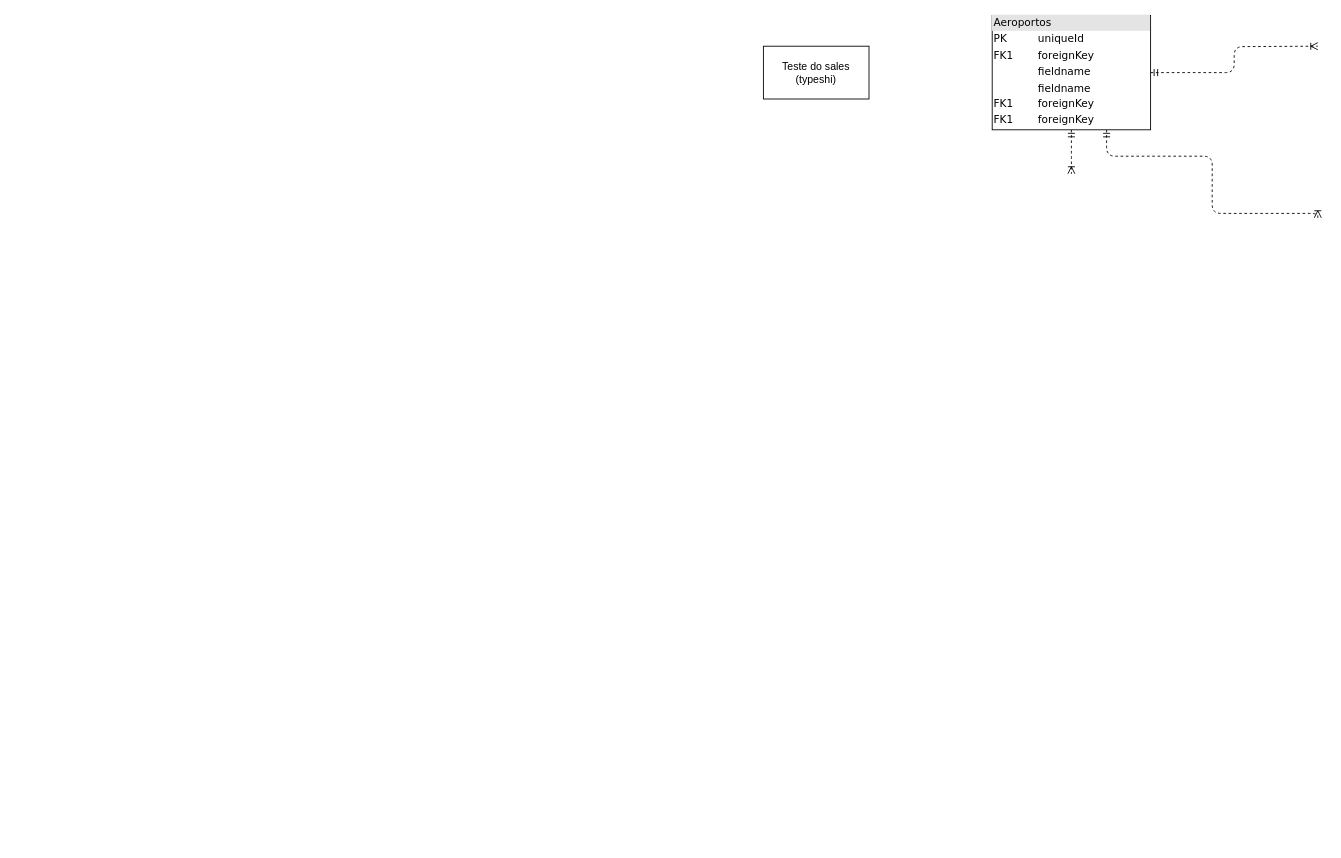
Above: Projeto_BD.drawio in Samuel-k276/BD-2025 (draw.io), before the change. Source tidied: cells renumbered, new cells numbered last; positions are measured from the earlier drawing's top-left corner, leaving out a move shared by most shapes. Both pictures are drawn from the tidied source at 88%, with x=0, y=0 at pixel (763, 15).
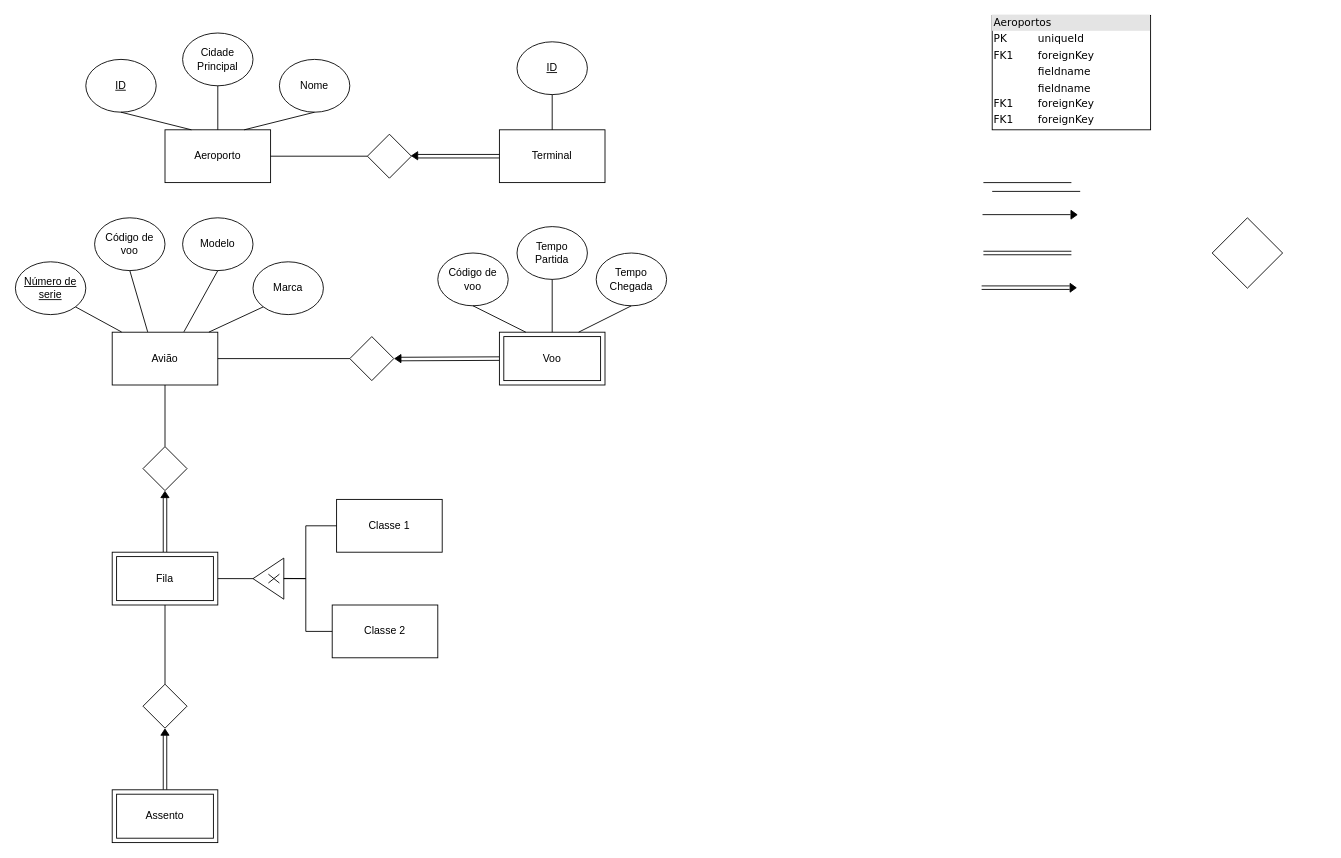
The same diagram, later.

Commit message:
falta vendas/bilhetes/balcão/online

Unchanged cells that the change refers to:
```xml
<mxCell id="5" value="&lt;div style=&quot;box-sizing: border-box; width: 100%; background: rgb(228, 228, 228); padding: 2px;&quot;&gt;Aeroportos&lt;/div&gt;&lt;table style=&quot;width: 100% ; font-size: 1em&quot; cellpadding=&quot;2&quot; cellspacing=&quot;0&quot;&gt;&lt;tbody&gt;&lt;tr&gt;&lt;td&gt;PK&lt;/td&gt;&lt;td&gt;uniqueId&lt;/td&gt;&lt;/tr&gt;&lt;tr&gt;&lt;td&gt;FK1&lt;/td&gt;&lt;td&gt;foreignKey&lt;/td&gt;&lt;/tr&gt;&lt;tr&gt;&lt;td&gt;&lt;/td&gt;&lt;td&gt;fieldname&lt;/td&gt;&lt;/tr&gt;&lt;tr&gt;&lt;td&gt;&lt;br&gt;&lt;/td&gt;&lt;td&gt;fieldname&lt;br&gt;&lt;/td&gt;&lt;/tr&gt;&lt;tr&gt;&lt;td&gt;FK1&lt;br&gt;&lt;/td&gt;&lt;td&gt;foreignKey&lt;br&gt;&lt;/td&gt;&lt;/tr&gt;&lt;tr&gt;&lt;td&gt;FK1&lt;br&gt;&lt;/td&gt;&lt;td&gt;foreignKey&lt;br&gt;&lt;/td&gt;&lt;/tr&gt;&lt;/tbody&gt;&lt;/table&gt;" style="verticalAlign=top;align=left;overflow=fill;html=1;rounded=0;shadow=0;comic=0;labelBackgroundColor=none;strokeWidth=1;fontFamily=Verdana;fontSize=12;" parent="1" vertex="1">
  <mxGeometry x="260" width="180" height="130" as="geometry" />
</mxCell>
```

Diff of the diagram source:
```diff
@@
-    <mxCell id="2" style="edgeStyle=orthogonalEdgeStyle;html=1;entryX=0.5;entryY=0;dashed=1;labelBackgroundColor=none;startArrow=ERmandOne;endArrow=ERoneToMany;fontFamily=Verdana;fontSize=12;align=left;" parent="1" edge="1" source="5">
-      <mxGeometry relative="1" as="geometry">
-        <mxPoint x="350" y="180" as="targetPoint" />
-      </mxGeometry>
-    </mxCell>
-    <mxCell id="3" style="edgeStyle=orthogonalEdgeStyle;html=1;dashed=1;labelBackgroundColor=none;startArrow=ERmandOne;endArrow=ERoneToMany;fontFamily=Verdana;fontSize=12;align=left;entryX=0;entryY=0.5;" parent="1" edge="1" source="5">
-      <mxGeometry relative="1" as="geometry">
-        <mxPoint x="630" y="230" as="targetPoint" />
-        <Array as="points">
-          <mxPoint x="390" y="160" />
-          <mxPoint x="510" y="160" />
-          <mxPoint x="510" y="225" />
-        </Array>
-      </mxGeometry>
-    </mxCell>
-    <mxCell id="4" style="edgeStyle=orthogonalEdgeStyle;html=1;dashed=1;labelBackgroundColor=none;startArrow=ERmandOne;endArrow=ERoneToMany;fontFamily=Verdana;fontSize=12;align=left;" parent="1" edge="1" source="5">
-      <mxGeometry relative="1" as="geometry">
-        <mxPoint x="630" y="35" as="targetPoint" />
-      </mxGeometry>
-    </mxCell>
@@
-    <mxCell id="6" value="Teste do sales&lt;div&gt;(typeshi)&lt;/div&gt;" style="rounded=0;whiteSpace=wrap;html=1;" parent="1" vertex="1">
-      <mxGeometry y="35" width="120" height="60" as="geometry" />
-    </mxCell>
+    <mxCell id="7" style="endArrow=none;html=1;rounded=0;" parent="1" edge="1">
+      <mxGeometry relative="1" as="geometry">
+        <mxPoint x="250" y="190" as="sourcePoint" />
+        <mxPoint x="350" y="190" as="targetPoint" />
+      </mxGeometry>
+    </mxCell>
+    <mxCell id="8" style="endArrow=classic;html=1;rounded=0;shape=link;" parent="1" edge="1">
+      <mxGeometry relative="1" as="geometry">
+        <mxPoint x="250" y="270" as="sourcePoint" />
+        <mxPoint x="350" y="270" as="targetPoint" />
+      </mxGeometry>
+    </mxCell>
+    <mxCell id="9" style="group;" parent="1" vertex="1">
+      <mxGeometry x="249" y="221.5" width="107.5" height="10" as="geometry" />
+    </mxCell>
+    <mxCell id="10" style="endArrow=none;html=1;rounded=0;" parent="9" edge="1">
+      <mxGeometry relative="1" as="geometry">
+        <mxPoint y="4.9" as="sourcePoint" />
+        <mxPoint x="100" y="4.9" as="targetPoint" />
+      </mxGeometry>
+    </mxCell>
+    <mxCell id="11" style="verticalLabelPosition=bottom;verticalAlign=top;html=1;shape=mxgraph.basic.acute_triangle;dx=0.5;rotation=90;fillColor=#000000;" parent="9" vertex="1">
+      <mxGeometry x="99" y="1.5" width="10" height="7" as="geometry" />
+    </mxCell>
+    <mxCell id="12" style="group;" parent="1" vertex="1">
+      <mxGeometry x="248" y="304.5" width="107.5" height="10" as="geometry" />
+    </mxCell>
+    <mxCell id="13" style="endArrow=classic;html=1;rounded=0;shape=link;" parent="12" edge="1">
+      <mxGeometry relative="1" as="geometry">
+        <mxPoint y="4.9" as="sourcePoint" />
+        <mxPoint x="100" y="4.9" as="targetPoint" />
+      </mxGeometry>
+    </mxCell>
+    <mxCell id="14" style="verticalLabelPosition=bottom;verticalAlign=top;html=1;shape=mxgraph.basic.acute_triangle;dx=0.5;rotation=90;fillColor=#000000;" parent="12" vertex="1">
+      <mxGeometry x="99" y="1.5" width="10" height="7" as="geometry" />
+    </mxCell>
+    <mxCell id="15" style="rhombus;whiteSpace=wrap;html=1;strokeColor=default;align=center;verticalAlign=top;fontFamily=Helvetica;fontSize=12;fontColor=default;fillColor=#FFFFFF;" parent="1" vertex="1">
+      <mxGeometry x="510" y="230" width="80" height="80" as="geometry" />
+    </mxCell>
+    <mxCell id="16" style="endArrow=none;html=1;rounded=0;" parent="1" edge="1">
+      <mxGeometry relative="1" as="geometry">
+        <mxPoint x="260" y="200" as="sourcePoint" />
+        <mxPoint x="360" y="200" as="targetPoint" />
+      </mxGeometry>
+    </mxCell>
+    <mxCell id="17" value="Aeroporto" style="rounded=0;whiteSpace=wrap;html=1;" parent="1" vertex="1">
+      <mxGeometry x="-680" y="130" width="120" height="60" as="geometry" />
+    </mxCell>
+    <mxCell id="18" value="&lt;u&gt;ID&lt;/u&gt;" style="ellipse;whiteSpace=wrap;html=1;" parent="1" vertex="1">
+      <mxGeometry x="-770" y="50" width="80" height="60" as="geometry" />
+    </mxCell>
+    <mxCell id="19" value="Cidade&lt;div&gt;Principal&lt;/div&gt;" style="ellipse;whiteSpace=wrap;html=1;" parent="1" vertex="1">
+      <mxGeometry x="-660" y="20" width="80" height="60" as="geometry" />
+    </mxCell>
+    <mxCell id="20" value="Nome" style="ellipse;whiteSpace=wrap;html=1;" parent="1" vertex="1">
+      <mxGeometry x="-550" y="50" width="80" height="60" as="geometry" />
+    </mxCell>
+    <mxCell id="21" style="endArrow=none;html=1;rounded=0;entryX=0.25;entryY=0;entryDx=0;entryDy=0;exitX=0.5;exitY=1;exitDx=0;exitDy=0;" parent="1" edge="1" source="18" target="17">
+      <mxGeometry relative="1" as="geometry" />
+    </mxCell>
+    <mxCell id="22" style="endArrow=none;html=1;rounded=0;entryX=0.5;entryY=0;entryDx=0;entryDy=0;exitX=0.5;exitY=1;exitDx=0;exitDy=0;" parent="1" edge="1" source="19" target="17">
+      <mxGeometry relative="1" as="geometry" />
+    </mxCell>
+    <mxCell id="23" style="endArrow=none;html=1;rounded=0;entryX=0.5;entryY=1;entryDx=0;entryDy=0;exitX=0.75;exitY=0;exitDx=0;exitDy=0;" parent="1" edge="1" source="17" target="20">
+      <mxGeometry relative="1" as="geometry" />
+    </mxCell>
+    <mxCell id="24" style="rhombus;whiteSpace=wrap;html=1;strokeColor=default;align=center;verticalAlign=top;fontFamily=Helvetica;fontSize=12;fontColor=default;fillColor=#FFFFFF;" parent="1" vertex="1">
+      <mxGeometry x="-450" y="135" width="50" height="50" as="geometry" />
+    </mxCell>
+    <mxCell id="25" style="endArrow=none;html=1;rounded=0;exitX=1;exitY=0.5;exitDx=0;exitDy=0;entryX=0;entryY=0.5;entryDx=0;entryDy=0;" parent="1" edge="1" source="17" target="24">
+      <mxGeometry relative="1" as="geometry" />
+    </mxCell>
+    <mxCell id="26" value="Terminal" style="rounded=0;whiteSpace=wrap;html=1;" parent="1" vertex="1">
+      <mxGeometry x="-300" y="130" width="120" height="60" as="geometry" />
+    </mxCell>
+    <mxCell id="27" style="group;strokeColor=none;rotation=-180;dashed=1;" parent="1" vertex="1">
+      <mxGeometry x="-400" y="155" width="100" height="10" as="geometry" />
+    </mxCell>
+    <mxCell id="28" style="endArrow=classic;html=1;rounded=0;shape=link;exitX=0;exitY=0.5;exitDx=0;exitDy=0;" parent="27" edge="1" source="26">
+      <mxGeometry relative="1" as="geometry">
+        <mxPoint x="7" y="5" as="targetPoint" />
+      </mxGeometry>
+    </mxCell>
+    <mxCell id="29" style="verticalLabelPosition=bottom;verticalAlign=top;html=1;shape=mxgraph.basic.acute_triangle;dx=0.5;rotation=-90;fillColor=#000000;" parent="27" vertex="1">
+      <mxGeometry x="-1" y="1" width="9.3" height="7" as="geometry" />
+    </mxCell>
+    <mxCell id="30" value="&lt;u&gt;ID&lt;/u&gt;" style="ellipse;whiteSpace=wrap;html=1;" parent="1" vertex="1">
+      <mxGeometry x="-280" y="30" width="80" height="60" as="geometry" />
+    </mxCell>
+    <mxCell id="31" style="endArrow=none;html=1;rounded=0;entryX=0.5;entryY=0;entryDx=0;entryDy=0;exitX=0.5;exitY=1;exitDx=0;exitDy=0;" parent="1" edge="1" source="30" target="26">
+      <mxGeometry relative="1" as="geometry" />
+    </mxCell>
+    <mxCell id="32" value="Avião" style="rounded=0;whiteSpace=wrap;html=1;" parent="1" vertex="1">
+      <mxGeometry x="-740" y="360" width="120" height="60" as="geometry" />
+    </mxCell>
+    <mxCell id="33" value="Código de&lt;div&gt;voo&lt;/div&gt;" style="ellipse;whiteSpace=wrap;html=1;" parent="1" vertex="1">
+      <mxGeometry x="-760" y="230" width="80" height="60" as="geometry" />
+    </mxCell>
+    <mxCell id="34" value="Modelo" style="ellipse;whiteSpace=wrap;html=1;" parent="1" vertex="1">
+      <mxGeometry x="-660" y="230" width="80" height="60" as="geometry" />
+    </mxCell>
+    <mxCell id="35" value="Marca" style="ellipse;whiteSpace=wrap;html=1;" parent="1" vertex="1">
+      <mxGeometry x="-580" y="280" width="80" height="60" as="geometry" />
+    </mxCell>
+    <mxCell id="36" value="&lt;u&gt;Número de serie&lt;/u&gt;" style="ellipse;whiteSpace=wrap;html=1;" parent="1" vertex="1">
+      <mxGeometry x="-850" y="280" width="80" height="60" as="geometry" />
+    </mxCell>
+    <mxCell id="37" style="endArrow=none;html=1;rounded=0;entryX=0.336;entryY=-0.006;entryDx=0;entryDy=0;exitX=0.5;exitY=1;exitDx=0;exitDy=0;entryPerimeter=0;" parent="1" edge="1" source="33" target="32">
+      <mxGeometry relative="1" as="geometry" />
+    </mxCell>
+    <mxCell id="38" style="endArrow=none;html=1;rounded=0;entryX=0.679;entryY=-0.006;entryDx=0;entryDy=0;exitX=0.5;exitY=1;exitDx=0;exitDy=0;entryPerimeter=0;" parent="1" edge="1" source="34" target="32">
+      <mxGeometry relative="1" as="geometry" />
+    </mxCell>
+    <mxCell id="39" style="endArrow=none;html=1;rounded=0;entryX=0.916;entryY=-0.002;entryDx=0;entryDy=0;exitX=0;exitY=1;exitDx=0;exitDy=0;entryPerimeter=0;" parent="1" edge="1" source="35" target="32">
+      <mxGeometry relative="1" as="geometry" />
+    </mxCell>
+    <mxCell id="40" style="endArrow=none;html=1;rounded=0;entryX=0.089;entryY=-0.004;entryDx=0;entryDy=0;exitX=1;exitY=1;exitDx=0;exitDy=0;entryPerimeter=0;" parent="1" edge="1" source="36" target="32">
+      <mxGeometry relative="1" as="geometry" />
+    </mxCell>
+    <mxCell id="41" style="endArrow=none;html=1;rounded=0;exitX=0.5;exitY=1;exitDx=0;exitDy=0;entryX=0.5;entryY=0;entryDx=0;entryDy=0;" parent="1" edge="1" source="32" target="42">
+      <mxGeometry relative="1" as="geometry" />
+    </mxCell>
+    <mxCell id="42" style="rhombus;whiteSpace=wrap;html=1;strokeColor=default;align=center;verticalAlign=top;fontFamily=Helvetica;fontSize=12;fontColor=default;fillColor=#FFFFFF;" parent="1" vertex="1">
+      <mxGeometry x="-705" y="490" width="50" height="50" as="geometry" />
+    </mxCell>
+    <mxCell id="43" style="group;strokeColor=none;rotation=-90;dashed=1;" parent="1" vertex="1">
+      <mxGeometry x="-730" y="586" width="100" height="10" as="geometry" />
+    </mxCell>
+    <mxCell id="44" style="endArrow=classic;html=1;rounded=0;shape=link;exitX=0.5;exitY=0;exitDx=0;exitDy=0;" parent="43" edge="1" source="47">
+      <mxGeometry relative="1" as="geometry">
+        <mxPoint x="50" y="-38" as="targetPoint" />
+      </mxGeometry>
+    </mxCell>
+    <mxCell id="45" style="verticalLabelPosition=bottom;verticalAlign=top;html=1;shape=mxgraph.basic.acute_triangle;dx=0.5;rotation=0;fillColor=#000000;" parent="43" vertex="1">
+      <mxGeometry x="45.3" y="-45" width="9.3" height="7" as="geometry" />
+    </mxCell>
+    <mxCell id="46" style="group;" parent="1" vertex="1">
+      <mxGeometry x="-740" y="610" width="120" height="60" as="geometry" />
+    </mxCell>
+    <mxCell id="47" style="rounded=0;whiteSpace=wrap;html=1;" parent="46" vertex="1">
+      <mxGeometry width="120" height="60" as="geometry" />
+    </mxCell>
+    <mxCell id="48" value="Fila" style="rounded=0;whiteSpace=wrap;html=1;" parent="46" vertex="1">
+      <mxGeometry x="5" y="5" width="110" height="50" as="geometry" />
+    </mxCell>
+    <mxCell id="49" style="rhombus;whiteSpace=wrap;html=1;strokeColor=default;align=center;verticalAlign=top;fontFamily=Helvetica;fontSize=12;fontColor=default;fillColor=#FFFFFF;" parent="1" vertex="1">
+      <mxGeometry x="-705" y="760" width="50" height="50" as="geometry" />
+    </mxCell>
+    <mxCell id="50" style="group;strokeColor=none;rotation=-90;dashed=1;" parent="1" vertex="1">
+      <mxGeometry x="-730" y="856" width="100" height="10" as="geometry" />
+    </mxCell>
+    <mxCell id="51" style="endArrow=classic;html=1;rounded=0;shape=link;exitX=0.5;exitY=0;exitDx=0;exitDy=0;" parent="50" edge="1" source="54">
+      <mxGeometry relative="1" as="geometry">
+        <mxPoint x="50" y="-38" as="targetPoint" />
+      </mxGeometry>
+    </mxCell>
+    <mxCell id="52" style="verticalLabelPosition=bottom;verticalAlign=top;html=1;shape=mxgraph.basic.acute_triangle;dx=0.5;rotation=0;fillColor=#000000;" parent="50" vertex="1">
+      <mxGeometry x="45.3" y="-45" width="9.3" height="7" as="geometry" />
+    </mxCell>
+    <mxCell id="53" style="group;" parent="1" vertex="1">
+      <mxGeometry x="-740" y="880" width="120" height="60" as="geometry" />
+    </mxCell>
+    <mxCell id="54" style="rounded=0;whiteSpace=wrap;html=1;" parent="53" vertex="1">
+      <mxGeometry width="120" height="60" as="geometry" />
+    </mxCell>
+    <mxCell id="55" value="Assento" style="rounded=0;whiteSpace=wrap;html=1;" parent="53" vertex="1">
+      <mxGeometry x="5" y="5" width="110" height="50" as="geometry" />
+    </mxCell>
+    <mxCell id="56" style="endArrow=none;html=1;rounded=0;exitX=0.5;exitY=1;exitDx=0;exitDy=0;entryX=0.5;entryY=0;entryDx=0;entryDy=0;" parent="1" edge="1" source="47" target="49">
+      <mxGeometry relative="1" as="geometry" />
+    </mxCell>
+    <mxCell id="57" style="group;" parent="1" vertex="1">
+      <mxGeometry x="-580" y="616.7" width="35" height="46.7" as="geometry" />
+    </mxCell>
+    <mxCell id="58" style="triangle;whiteSpace=wrap;html=1;rotation=-180;" parent="57" vertex="1">
+      <mxGeometry width="35" height="46.7" as="geometry" />
+    </mxCell>
+    <mxCell id="59" style="shape=mxgraph.sysml.x;" parent="57" vertex="1">
+      <mxGeometry x="17.5" y="18.3" width="12.5" height="10" as="geometry" />
+    </mxCell>
+    <mxCell id="60" style="endArrow=none;html=1;rounded=0;exitX=1;exitY=0.5;exitDx=0;exitDy=0;entryX=1;entryY=0.5;entryDx=0;entryDy=0;" parent="1" edge="1" source="47" target="58">
+      <mxGeometry relative="1" as="geometry" />
+    </mxCell>
+    <mxCell id="61" value="Classe 1" style="rounded=0;whiteSpace=wrap;html=1;" parent="1" vertex="1">
+      <mxGeometry x="-485" y="550" width="120" height="60" as="geometry" />
+    </mxCell>
+    <mxCell id="62" value="Classe 2" style="rounded=0;whiteSpace=wrap;html=1;" parent="1" vertex="1">
+      <mxGeometry x="-490" y="670" width="120" height="60" as="geometry" />
+    </mxCell>
+    <mxCell id="63" style="endArrow=none;html=1;rounded=0;exitX=1;exitY=0.5;exitDx=0;exitDy=0;entryX=0;entryY=0.5;entryDx=0;entryDy=0;" parent="1" edge="1" target="61">
+      <mxGeometry relative="1" as="geometry">
+        <mxPoint x="-545" y="639.8" as="sourcePoint" />
+        <Array as="points">
+          <mxPoint x="-520" y="640" />
+          <mxPoint x="-520" y="580" />
+        </Array>
+      </mxGeometry>
+    </mxCell>
+    <mxCell id="64" style="endArrow=none;html=1;rounded=0;entryX=0;entryY=0.5;entryDx=0;entryDy=0;exitX=0;exitY=0.5;exitDx=0;exitDy=0;" parent="1" edge="1" source="58" target="62">
+      <mxGeometry relative="1" as="geometry">
+        <Array as="points">
+          <mxPoint x="-520" y="640" />
+          <mxPoint x="-520" y="700" />
+        </Array>
+      </mxGeometry>
+    </mxCell>
+    <mxCell id="65" style="rhombus;whiteSpace=wrap;html=1;strokeColor=default;align=center;verticalAlign=top;fontFamily=Helvetica;fontSize=12;fontColor=default;fillColor=#FFFFFF;" parent="1" vertex="1">
+      <mxGeometry x="-470" y="365" width="50" height="50" as="geometry" />
+    </mxCell>
+    <mxCell id="66" style="endArrow=none;html=1;rounded=0;exitX=1;exitY=0.5;exitDx=0;exitDy=0;entryX=0;entryY=0.5;entryDx=0;entryDy=0;" parent="1" edge="1" source="32" target="65">
+      <mxGeometry relative="1" as="geometry" />
+    </mxCell>
+    <mxCell id="67" style="group;strokeColor=none;rotation=-180;dashed=1;" parent="1" vertex="1">
+      <mxGeometry x="-419" y="385.5" width="100" height="10" as="geometry" />
+    </mxCell>
+    <mxCell id="68" style="endArrow=classic;html=1;rounded=0;shape=link;exitX=0;exitY=0.5;exitDx=0;exitDy=0;" parent="67" edge="1" source="71">
+      <mxGeometry relative="1" as="geometry">
+        <mxPoint x="7" y="5" as="targetPoint" />
+      </mxGeometry>
+    </mxCell>
+    <mxCell id="69" style="verticalLabelPosition=bottom;verticalAlign=top;html=1;shape=mxgraph.basic.acute_triangle;dx=0.5;rotation=-90;fillColor=#000000;" parent="67" vertex="1">
+      <mxGeometry x="-1" y="1" width="9.3" height="7" as="geometry" />
+    </mxCell>
+    <mxCell id="70" style="group;" parent="1" vertex="1">
+      <mxGeometry x="-300" y="360" width="120" height="60" as="geometry" />
+    </mxCell>
+    <mxCell id="71" style="rounded=0;whiteSpace=wrap;html=1;" parent="70" vertex="1">
+      <mxGeometry width="120" height="60" as="geometry" />
+    </mxCell>
+    <mxCell id="72" value="Voo" style="rounded=0;whiteSpace=wrap;html=1;" parent="70" vertex="1">
+      <mxGeometry x="5" y="5" width="110" height="50" as="geometry" />
+    </mxCell>
+    <mxCell id="73" value="Tempo&lt;div&gt;Partida&lt;/div&gt;" style="ellipse;whiteSpace=wrap;html=1;" parent="1" vertex="1">
+      <mxGeometry x="-280" y="240" width="80" height="60" as="geometry" />
+    </mxCell>
+    <mxCell id="74" value="Tempo&lt;div&gt;Chegada&lt;/div&gt;" style="ellipse;whiteSpace=wrap;html=1;" parent="1" vertex="1">
+      <mxGeometry x="-190" y="270" width="80" height="60" as="geometry" />
+    </mxCell>
+    <mxCell id="75" value="Código de&lt;div&gt;voo&lt;/div&gt;" style="ellipse;whiteSpace=wrap;html=1;" parent="1" vertex="1">
+      <mxGeometry x="-370" y="270" width="80" height="60" as="geometry" />
+    </mxCell>
+    <mxCell id="76" style="endArrow=none;html=1;rounded=0;entryX=0.5;entryY=1;entryDx=0;entryDy=0;exitX=0.5;exitY=0;exitDx=0;exitDy=0;" parent="1" edge="1" source="71" target="73">
+      <mxGeometry relative="1" as="geometry" />
+    </mxCell>
+    <mxCell id="77" style="endArrow=none;html=1;rounded=0;entryX=0.5;entryY=1;entryDx=0;entryDy=0;exitX=0.75;exitY=0;exitDx=0;exitDy=0;" parent="1" edge="1" source="71" target="74">
+      <mxGeometry relative="1" as="geometry" />
+    </mxCell>
+    <mxCell id="78" style="endArrow=none;html=1;rounded=0;entryX=0.5;entryY=1;entryDx=0;entryDy=0;exitX=0.25;exitY=0;exitDx=0;exitDy=0;" parent="1" edge="1" source="71" target="75">
+      <mxGeometry relative="1" as="geometry" />
+    </mxCell>
```
